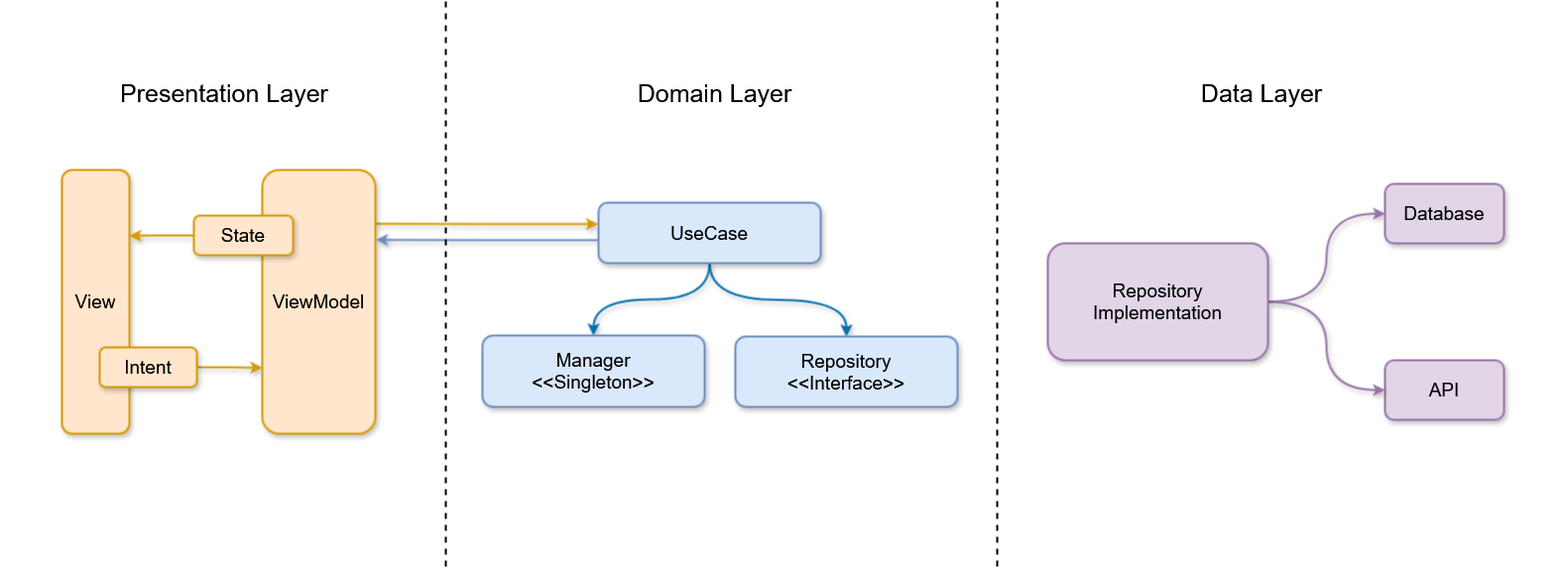
Before: readme/images/read_out_architecture.png, a diagram exported from draw.io (tawhidmonowar/ReadOut). Source tidied: cells renumbered, new cells last; positions are measured from the earlier drawing's top-left corner, leaving out a move shared by most shapes.
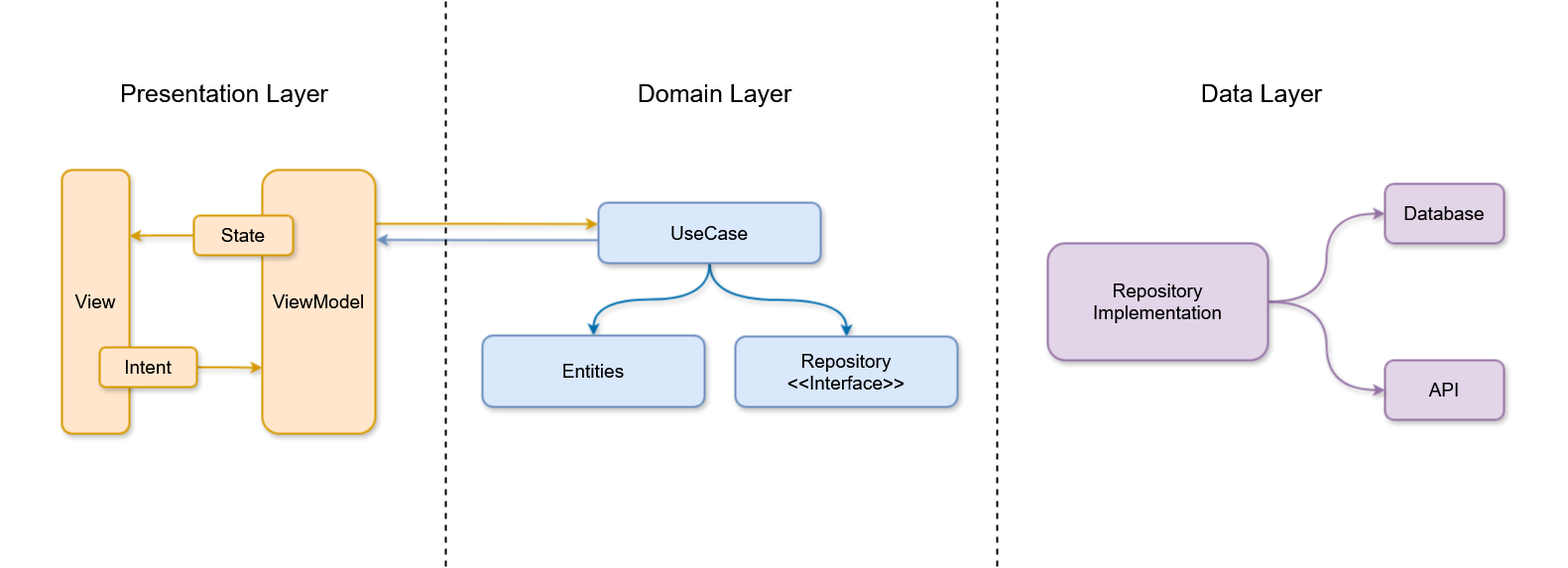
Later version of the same file.

Diff of the diagram source:
```diff
@@ -68,7 +68,7 @@
     <mxCell id="23" value="&lt;span&gt;UseCase&lt;br&gt;&lt;/span&gt;" style="rounded=1;whiteSpace=wrap;html=1;labelBackgroundColor=none;shadow=1;fontFamily=Helvetica;fillColor=#dae8fc;strokeColor=#6c8ebf;fontStyle=0;fontSize=19;strokeWidth=2;" parent="1" vertex="1">
       <mxGeometry x="603" y="204" width="224" height="61" as="geometry" />
     </mxCell>
-    <mxCell id="24" value="&lt;div&gt;Manager&lt;/div&gt;&lt;div&gt;&amp;lt;&amp;lt;Singleton&amp;gt;&amp;gt;&lt;br&gt;&lt;/div&gt;" style="rounded=1;whiteSpace=wrap;html=1;labelBackgroundColor=none;shadow=1;fontFamily=Helvetica;fillColor=#dae8fc;strokeColor=#6c8ebf;fontStyle=0;fontSize=19;strokeWidth=2;" parent="1" vertex="1">
+    <mxCell id="24" value="Entities" style="rounded=1;whiteSpace=wrap;html=1;labelBackgroundColor=none;shadow=1;fontFamily=Helvetica;fillColor=#dae8fc;strokeColor=#6c8ebf;fontStyle=0;fontSize=19;strokeWidth=2;" parent="1" vertex="1">
       <mxGeometry x="486" y="338" width="224" height="72" as="geometry" />
     </mxCell>
     <mxCell id="25" value="&lt;div&gt;&lt;span&gt;Repository&lt;/span&gt;&lt;/div&gt;&lt;div&gt;&lt;span&gt;&amp;lt;&amp;lt;Interface&amp;gt;&amp;gt;&lt;br&gt;&lt;/span&gt;&lt;/div&gt;" style="rounded=1;whiteSpace=wrap;html=1;labelBackgroundColor=none;shadow=1;fontFamily=Helvetica;fillColor=#dae8fc;strokeColor=#6c8ebf;fontStyle=0;fontSize=19;strokeWidth=2;" parent="1" vertex="1">
```
